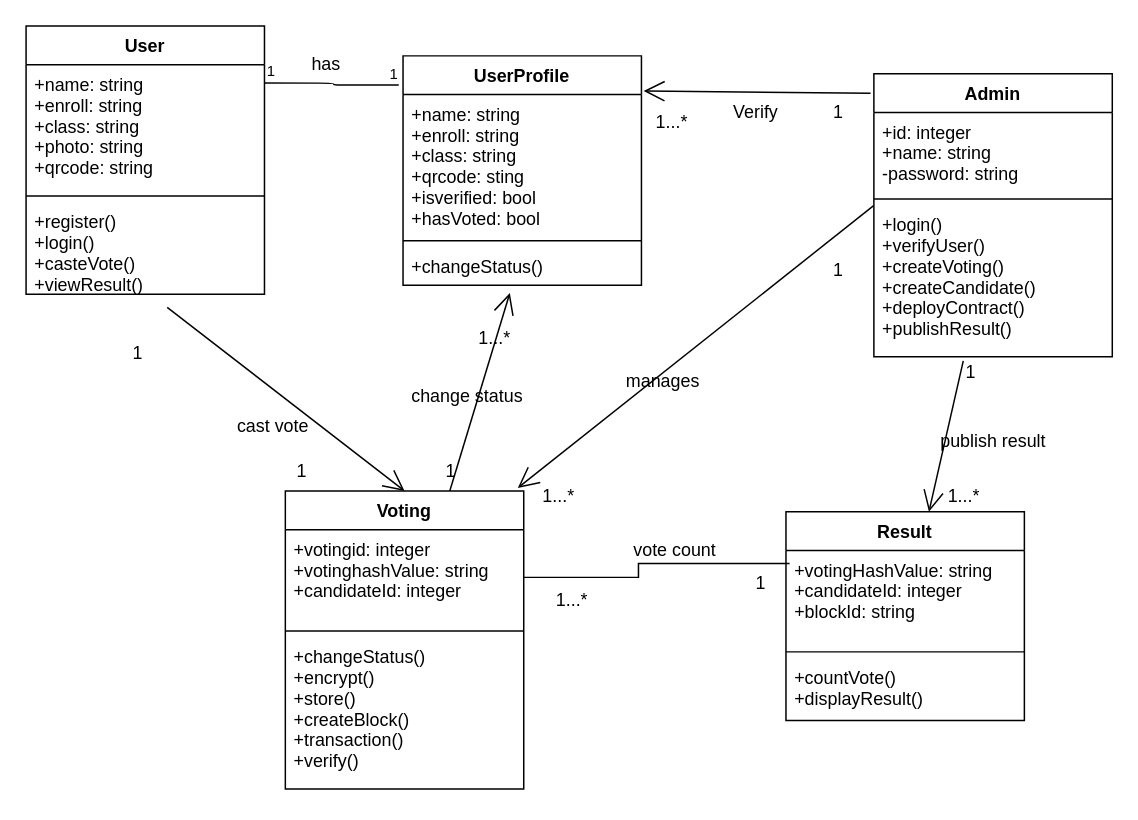
Above: ClassDiagram.drawio in matic14/BLockVote-UML-Diagram (draw.io), before the change. Source tidied: cells renumbered, new cells numbered last; positions are measured from the earlier drawing's top-left corner, leaving out a move shared by most shapes. Both pictures are drawn from the tidied source at 149%, with x=0, y=0 at pixel (25, 25).
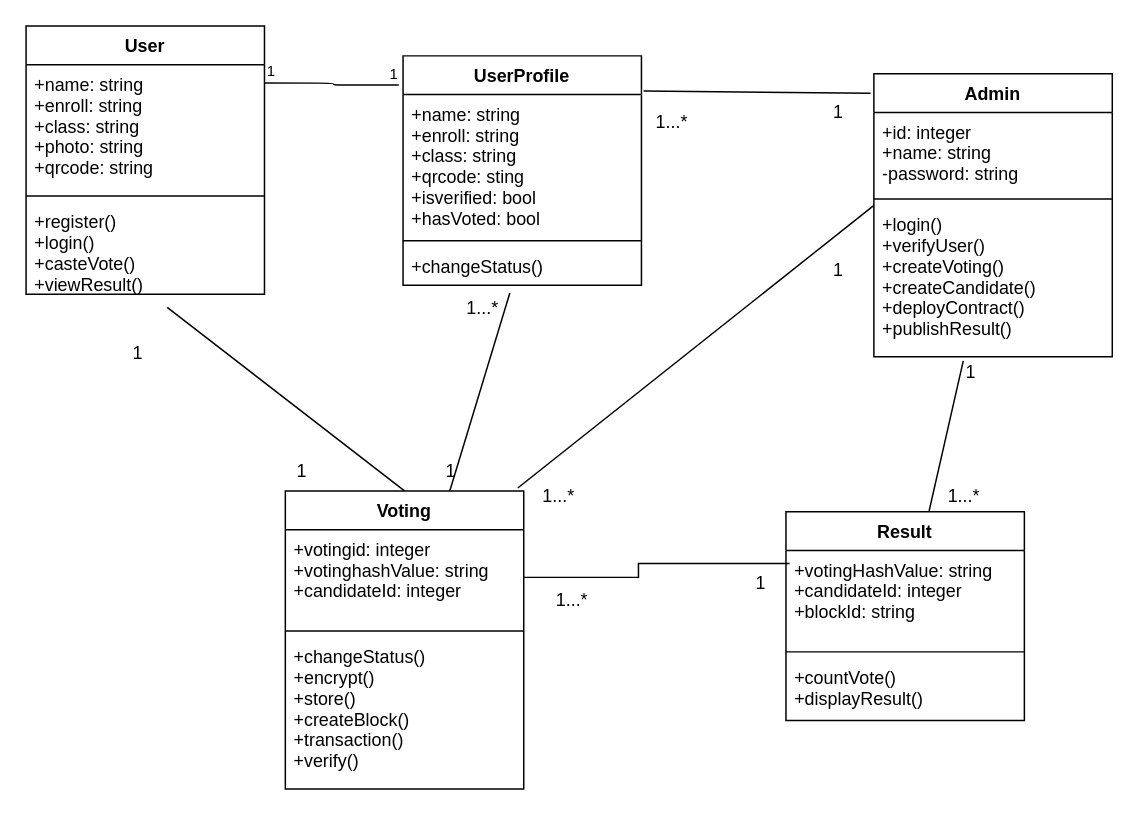
Above is the later version.

Unchanged cells that the change refers to:
```xml
<mxCell id="5" value="+register()&#10;+login()&#10;+casteVote()&#10;+viewResult()" style="text;strokeColor=none;fillColor=none;align=left;verticalAlign=top;spacingLeft=4;spacingRight=4;overflow=hidden;points=[[0,0.5],[1,0.5]];portConstraint=eastwest;" parent="2" vertex="1">
  <mxGeometry y="118" width="160" height="62" as="geometry" />
</mxCell>
<mxCell id="6" value="Admin" style="swimlane;fontStyle=1;align=center;verticalAlign=top;horizontal=1;startSize=26;" parent="1" vertex="1">
  <mxGeometry x="569" y="32" width="160" height="190" as="geometry" />
</mxCell>
<mxCell id="9" value="+login()&#10;+verifyUser()&#10;+createVoting()&#10;+createCandidate()&#10;+deployContract()&#10;+publishResult()" style="text;strokeColor=none;fillColor=none;align=left;verticalAlign=top;spacingLeft=4;spacingRight=4;overflow=hidden;points=[[0,0.5],[1,0.5]];portConstraint=eastwest;" parent="6" vertex="1">
  <mxGeometry y="88" width="160" height="102" as="geometry" />
</mxCell>
<mxCell id="10" value="Result" style="swimlane;fontStyle=1;align=center;verticalAlign=top;horizontal=1;startSize=26;" parent="1" vertex="1">
  <mxGeometry x="510" y="326" width="160" height="140" as="geometry" />
</mxCell>
<mxCell id="14" value="Voting" style="swimlane;fontStyle=1;align=center;verticalAlign=top;horizontal=1;startSize=26;" parent="1" vertex="1">
  <mxGeometry x="174" y="312" width="160" height="200" as="geometry" />
</mxCell>
<mxCell id="19" value="+name: string&#10;+enroll: string&#10;+class: string&#10;+qrcode: sting&#10;+isverified: bool&#10;+hasVoted: bool" style="text;strokeColor=none;fillColor=none;align=left;verticalAlign=top;spacingLeft=4;spacingRight=4;overflow=hidden;points=[[0,0.5],[1,0.5]];portConstraint=eastwest;" parent="18" vertex="1">
  <mxGeometry y="26" width="160" height="94" as="geometry" />
</mxCell>
<mxCell id="21" value="+changeStatus()" style="text;strokeColor=none;fillColor=none;align=left;verticalAlign=top;spacingLeft=4;spacingRight=4;overflow=hidden;points=[[0,0.5],[1,0.5]];portConstraint=eastwest;" parent="18" vertex="1">
  <mxGeometry y="128" width="160" height="26" as="geometry" />
</mxCell>
```

Diff of the diagram source:
```diff
@@
-    <mxCell id="22" style="endArrow=open;endFill=1;endSize=12;html=1;exitX=-0.014;exitY=0.069;exitDx=0;exitDy=0;exitPerimeter=0;entryX=1.009;entryY=-0.026;entryDx=0;entryDy=0;entryPerimeter=0;" parent="1" edge="1" source="6" target="19">
+    <mxCell id="22" style="endArrow=none;endFill=0;endSize=12;html=1;exitX=-0.014;exitY=0.069;exitDx=0;exitDy=0;exitPerimeter=0;entryX=1.009;entryY=-0.026;entryDx=0;entryDy=0;entryPerimeter=0;" parent="1" edge="1" source="6" target="19">
       <mxGeometry relative="1" as="geometry" />
     </mxCell>
-    <mxCell id="23" value="Verify" style="text;html=1;align=left;verticalAlign=top;spacingTop=-4;" parent="1" vertex="1">
-      <mxGeometry x="473" y="48" width="50" height="20" as="geometry" />
-    </mxCell>
-    <mxCell id="24" value="has" style="text;html=1;align=left;verticalAlign=top;spacingTop=-4;" parent="1" vertex="1">
-      <mxGeometry x="190" y="16" width="40" height="20" as="geometry" />
-    </mxCell>
-    <mxCell id="25" style="endArrow=open;endFill=1;endSize=12;html=1;exitX=0.375;exitY=1.026;exitDx=0;exitDy=0;exitPerimeter=0;" parent="1" edge="1" source="9" target="10">
+    <mxCell id="25" style="endArrow=none;endFill=0;endSize=12;html=1;exitX=0.375;exitY=1.026;exitDx=0;exitDy=0;exitPerimeter=0;" parent="1" edge="1" source="9" target="10">
       <mxGeometry relative="1" as="geometry" />
     </mxCell>
-    <mxCell id="26" value="publish result" style="text;html=1;align=left;verticalAlign=top;spacingTop=-4;" parent="1" vertex="1">
-      <mxGeometry x="612" y="269" width="90" height="20" as="geometry" />
-    </mxCell>
@@
-    <mxCell id="29" style="endArrow=open;endFill=1;endSize=12;html=1;entryX=0.5;entryY=0;entryDx=0;entryDy=0;exitX=0.592;exitY=1.141;exitDx=0;exitDy=0;exitPerimeter=0;" parent="1" edge="1" source="5" target="14">
+    <mxCell id="29" style="endArrow=none;endFill=0;endSize=12;html=1;entryX=0.5;entryY=0;entryDx=0;entryDy=0;exitX=0.592;exitY=1.141;exitDx=0;exitDy=0;exitPerimeter=0;" parent="1" edge="1" source="5" target="14">
       <mxGeometry relative="1" as="geometry" />
     </mxCell>
-    <mxCell id="30" value="cast vote" style="text;html=1;align=left;verticalAlign=top;spacingTop=-4;" parent="1" vertex="1">
-      <mxGeometry x="140" y="259" width="60" height="20" as="geometry" />
-    </mxCell>
@@
-    <mxCell id="33" style="endArrow=open;endFill=1;endSize=12;html=1;entryX=0.448;entryY=1.199;entryDx=0;entryDy=0;entryPerimeter=0;" parent="1" edge="1" source="14" target="21">
+    <mxCell id="33" style="endArrow=none;endFill=0;endSize=12;html=1;entryX=0.448;entryY=1.199;entryDx=0;entryDy=0;entryPerimeter=0;" parent="1" edge="1" source="14" target="21">
       <mxGeometry relative="1" as="geometry" />
     </mxCell>
@@
-    <mxCell id="35" value="change status" style="text;html=1;align=left;verticalAlign=top;spacingTop=-4;" parent="1" vertex="1">
-      <mxGeometry x="257" y="239" width="90" height="20" as="geometry" />
-    </mxCell>
     <mxCell id="36" value="1...*" style="text;html=1;align=left;verticalAlign=top;spacingTop=-4;" parent="1" vertex="1">
-      <mxGeometry x="302" y="200" width="40" height="20" as="geometry" />
+      <mxGeometry x="294" y="180" width="40" height="20" as="geometry" />
     </mxCell>
-    <mxCell id="37" style="endArrow=open;endFill=1;endSize=12;html=1;exitX=-0.001;exitY=0.005;exitDx=0;exitDy=0;exitPerimeter=0;" parent="1" edge="1" source="9">
+    <mxCell id="37" style="endArrow=none;endFill=0;endSize=12;html=1;exitX=-0.001;exitY=0.005;exitDx=0;exitDy=0;exitPerimeter=0;" parent="1" edge="1" source="9">
       <mxGeometry relative="1" as="geometry">
         <mxPoint x="330" y="310" as="targetPoint" />
       </mxGeometry>
     </mxCell>
-    <mxCell id="38" value="manages" style="text;html=1;align=left;verticalAlign=top;spacingTop=-4;" parent="1" vertex="1">
-      <mxGeometry x="401" y="229" width="60" height="20" as="geometry" />
-    </mxCell>
@@
-    <mxCell id="43" value="vote count" style="text;html=1;align=left;verticalAlign=top;spacingTop=-4;" parent="1" vertex="1">
-      <mxGeometry x="406" y="342" width="70" height="20" as="geometry" />
-    </mxCell>
```
